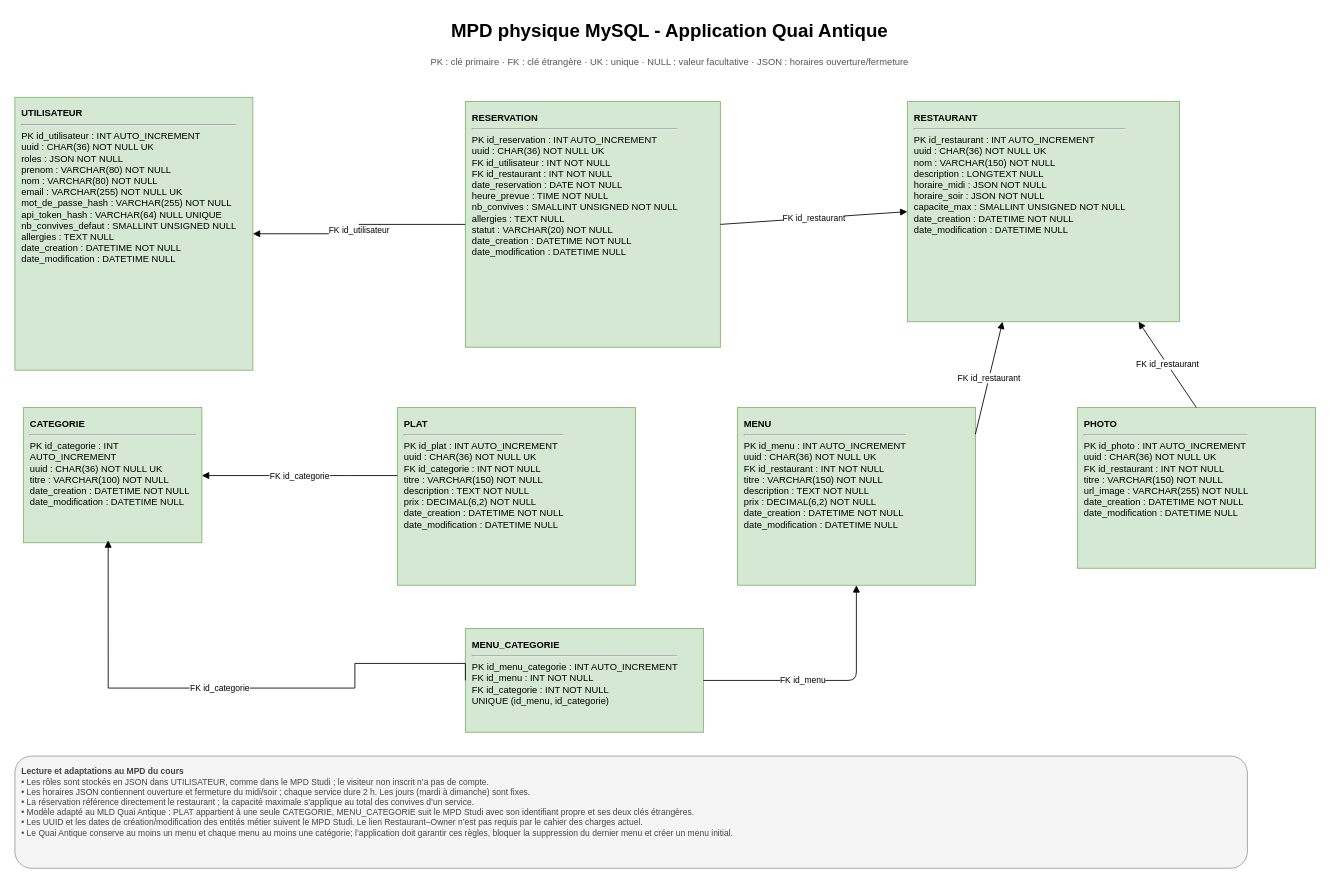
Above: page "05 - MPD Physique MySQL" (5 of 5) of docs/database/modelisation-quai-antique.drawio in elscribe/quai-antique (draw.io), before the change. Source tidied: cells renumbered, new cells numbered last; positions are measured from the earlier drawing's top-left corner, leaving out a move shared by most shapes. Both pictures are drawn from the tidied source at 85%, with x=0, y=0 at pixel (14, 14).
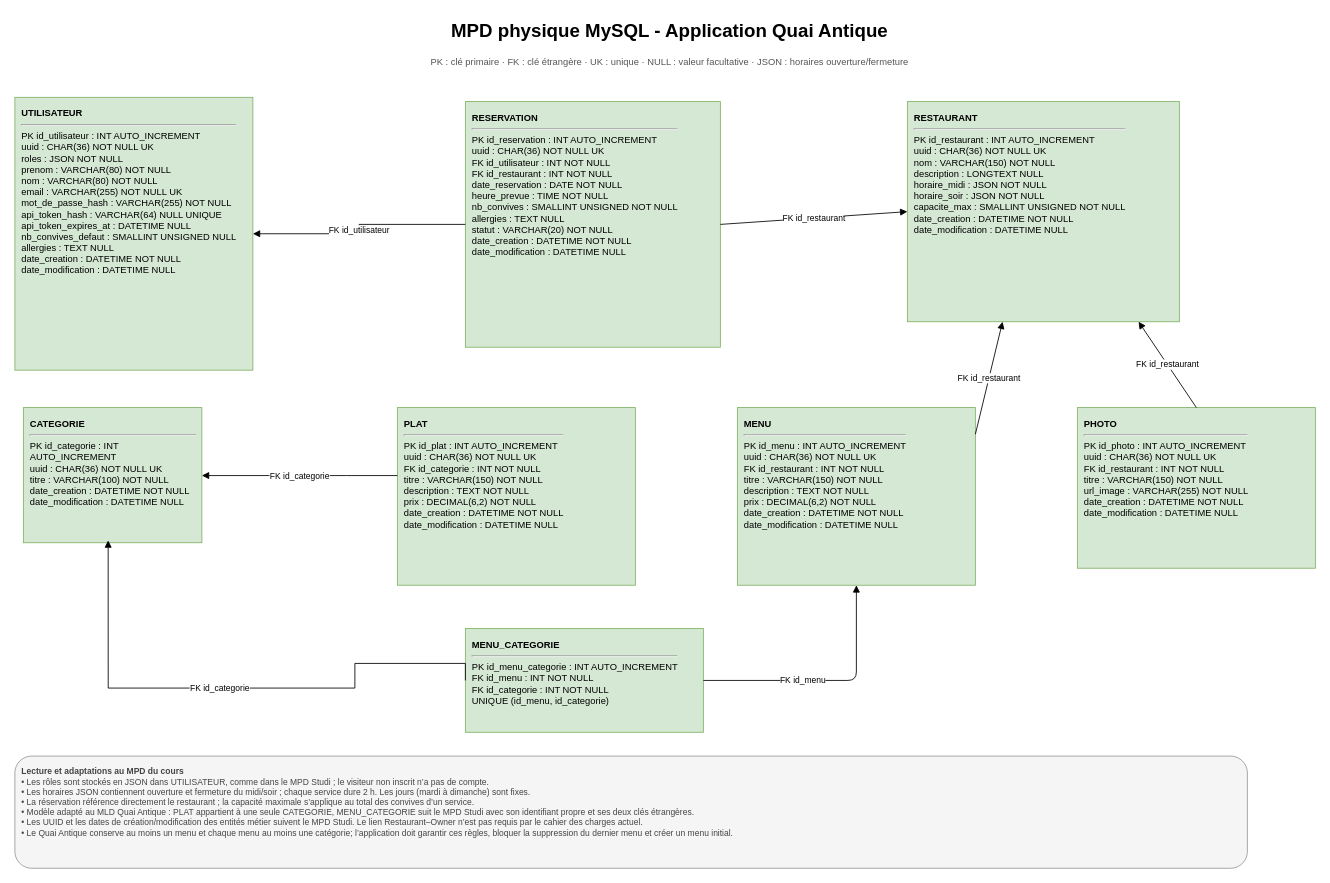
The same page after the edit.

Change to the diagram source:
```diff
@@
-    <mxCell id="4" value="&lt;b&gt;UTILISATEUR&lt;/b&gt;&lt;hr/&gt;PK id_utilisateur : INT AUTO_INCREMENT&lt;br/&gt;uuid : CHAR(36) NOT NULL UK&lt;br/&gt;roles : JSON NOT NULL&lt;br/&gt;prenom : VARCHAR(80) NOT NULL&lt;br/&gt;nom : VARCHAR(80) NOT NULL&lt;br/&gt;email : VARCHAR(255) NOT NULL UK&lt;br/&gt;mot_de_passe_hash : VARCHAR(255) NOT NULL&lt;br/&gt;api_token_hash : VARCHAR(64) NULL UNIQUE&lt;br/&gt;nb_convives_defaut : SMALLINT UNSIGNED NULL&lt;br/&gt;allergies : TEXT NULL&lt;br/&gt;date_creation : DATETIME NOT NULL&lt;br/&gt;date_modification : DATETIME NULL" style="rounded=0;whiteSpace=wrap;html=1;fillColor=#d5e8d4;strokeColor=#82b366;align=left;verticalAlign=top;spacing=8;fontSize=11;" parent="1" vertex="1">
+    <mxCell id="4" value="&lt;b&gt;UTILISATEUR&lt;/b&gt;&lt;hr/&gt;PK id_utilisateur : INT AUTO_INCREMENT&lt;br/&gt;uuid : CHAR(36) NOT NULL UK&lt;br/&gt;roles : JSON NOT NULL&lt;br/&gt;prenom : VARCHAR(80) NOT NULL&lt;br/&gt;nom : VARCHAR(80) NOT NULL&lt;br/&gt;email : VARCHAR(255) NOT NULL UK&lt;br/&gt;mot_de_passe_hash : VARCHAR(255) NOT NULL&lt;br/&gt;api_token_hash : VARCHAR(64) NULL UNIQUE&lt;br/&gt;api_token_expires_at : DATETIME NULL&lt;br/&gt;nb_convives_defaut : SMALLINT UNSIGNED NULL&lt;br/&gt;allergies : TEXT NULL&lt;br/&gt;date_creation : DATETIME NOT NULL&lt;br/&gt;date_modification : DATETIME NULL" style="rounded=0;whiteSpace=wrap;html=1;fillColor=#d5e8d4;strokeColor=#82b366;align=left;verticalAlign=top;spacing=8;fontSize=11;" parent="1" vertex="1">
       <mxGeometry y="97" width="280" height="321" as="geometry" />
     </mxCell>
```
